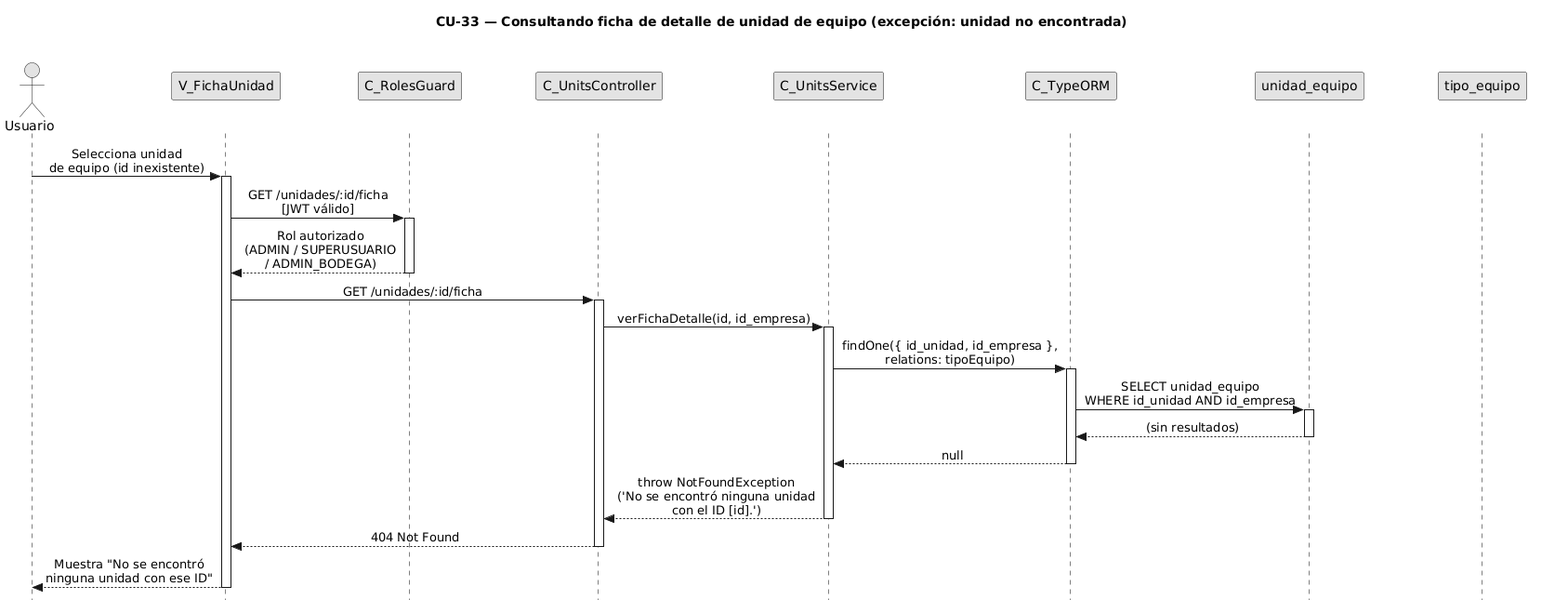
Above: diagramas/diagramas-secuencia/CU33/CU33-exc-unidad-no-encontrada.png in FSM-Finet-y-Cable-Magico/Team_1-Inventario-y-Bodega (PlantUML), before the change.
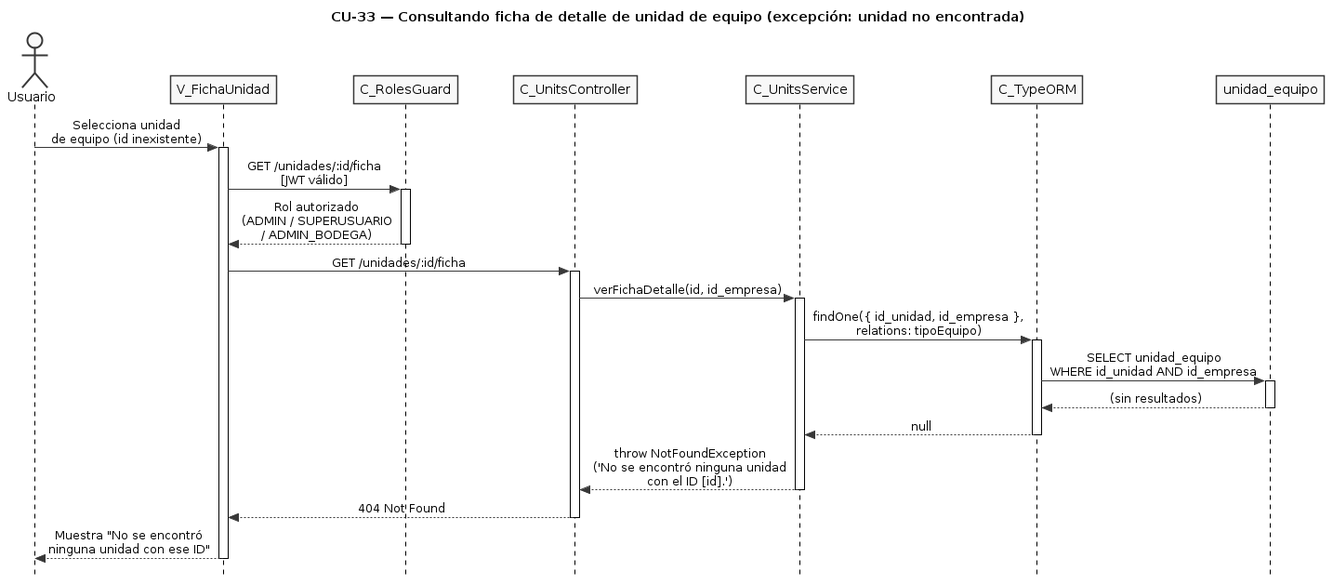
After the commit.

Change to the diagram source:
```diff
@@ -5,16 +5,8 @@
 skinparam monochrome true
 skinparam shadowing false
 skinparam sequenceMessageAlign center
-<style>
-sequenceDiagram {
-  participant {
-    Margin 35
-  }
-  actor {
-    Margin 15
-  }
-}
-</style>
+skinparam ParticipantPadding 25
+skinparam ActorPadding 20
 skinparam sequence {
   MessageAlign center
   LifeLineBorderColor black
@@ -28,7 +20,6 @@
 participant "C_UnitsService" as svc
 participant "C_TypeORM" as orm
 participant "unidad_equipo" as uent
-participant "tipo_equipo" as tent
 
 user -> view : Selecciona unidad\nde equipo (id inexistente)
 activate view
```
